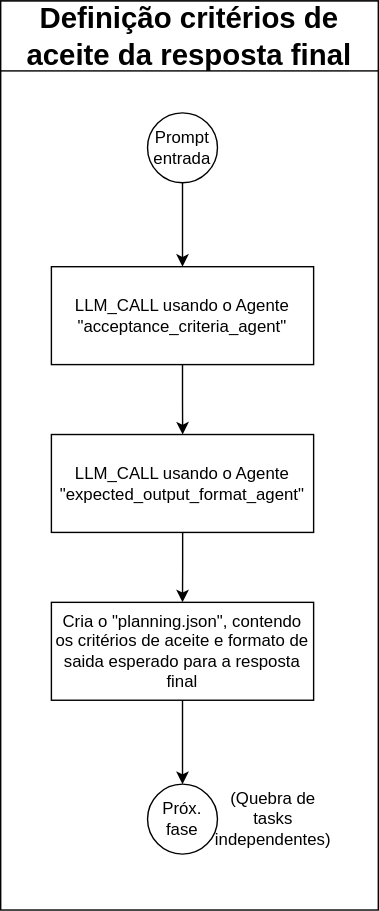
Above: docs/entregas/paper_v2/latex/diagrams/definicao_criterios_de_aceite_da_resposta_final.svg in TCC-FEI-Harness-IA/AI-Harness-Beyond-Software-Engineering (draw.io), before the change. Source tidied: cells renumbered, new cells last; positions are measured from the earlier drawing's top-left corner, leaving out a move shared by most shapes. The source it was exported from:
```xml
<mxGraphModel>
  <root>
    <mxCell id="0" />
    <mxCell id="1" parent="0" />
    <mxCell id="2" style="rounded=0;whiteSpace=wrap;html=1;fillColor=none;" parent="1" vertex="1">
      <mxGeometry width="270" height="650" as="geometry" />
    </mxCell>
    <mxCell id="3" value="&lt;b&gt;&lt;font style=&quot;font-size: 21px;&quot;&gt;Definição critérios de aceite da resposta final&lt;/font&gt;&lt;/b&gt;" style="rounded=0;whiteSpace=wrap;html=1;" parent="1" vertex="1">
      <mxGeometry width="270" height="50" as="geometry" />
    </mxCell>
    <mxCell id="4" style="edgeStyle=orthogonalEdgeStyle;rounded=0;jettySize=auto;html=1;" parent="1" edge="1" source="5">
      <mxGeometry relative="1" as="geometry">
        <mxPoint x="130" y="190" as="targetPoint" />
      </mxGeometry>
    </mxCell>
    <mxCell id="5" value="Prompt entrada" style="ellipse;whiteSpace=wrap;html=1;" parent="1" vertex="1">
      <mxGeometry x="105" y="80" width="50" height="50" as="geometry" />
    </mxCell>
    <mxCell id="6" style="edgeStyle=orthogonalEdgeStyle;rounded=0;jettySize=auto;html=1;" parent="1" edge="1" target="11">
      <mxGeometry relative="1" as="geometry">
        <mxPoint x="130" y="260" as="sourcePoint" />
      </mxGeometry>
    </mxCell>
    <mxCell id="7" style="edgeStyle=orthogonalEdgeStyle;rounded=0;jettySize=auto;html=1;" parent="1" edge="1" target="8">
      <mxGeometry relative="1" as="geometry">
        <mxPoint x="130" y="500" as="sourcePoint" />
      </mxGeometry>
    </mxCell>
    <mxCell id="8" value="Próx. fase" style="ellipse;whiteSpace=wrap;html=1;" parent="1" vertex="1">
      <mxGeometry x="105" y="560" width="50" height="50" as="geometry" />
    </mxCell>
    <mxCell id="9" value="(Quebra de tasks independentes)" style="text;html=1;whiteSpace=wrap;strokeColor=none;fillColor=none;align=center;verticalAlign=middle;rounded=0;" parent="1" vertex="1">
      <mxGeometry x="155" y="550" width="80" height="70" as="geometry" />
    </mxCell>
    <mxCell id="10" style="edgeStyle=orthogonalEdgeStyle;rounded=0;jettySize=auto;html=1;" parent="1" edge="1" source="11">
      <mxGeometry relative="1" as="geometry">
        <mxPoint x="130" y="430" as="targetPoint" />
      </mxGeometry>
    </mxCell>
    <mxCell id="11" value="LLM_CALL usando o Agente &quot;expected_output_format_agent&quot;" style="rounded=0;whiteSpace=wrap;html=1;" parent="1" vertex="1">
      <mxGeometry x="36.2" y="310" width="187.5" height="70" as="geometry" />
    </mxCell>
    <mxCell id="12" value="LLM_CALL usando o Agente &quot;acceptance_criteria_agent&quot;" style="rounded=0;whiteSpace=wrap;html=1;" parent="1" vertex="1">
      <mxGeometry x="36.2" y="190" width="187.5" height="70" as="geometry" />
    </mxCell>
    <mxCell id="13" value="Cria o &quot;&lt;span style=&quot;color: light-dark(rgb(0, 0, 0), rgb(255, 255, 255)); background-color: transparent; text-align: left;&quot;&gt;planning.json&lt;/span&gt;&lt;span style=&quot;color: light-dark(rgb(0, 0, 0), rgb(255, 255, 255)); background-color: transparent;&quot;&gt;&quot;, contendo os critérios de aceite e formato de saida esperado para a resposta final&lt;/span&gt;" style="rounded=0;whiteSpace=wrap;html=1;" parent="1" vertex="1">
      <mxGeometry x="36.2" y="430" width="187.5" height="70" as="geometry" />
    </mxCell>
  </root>
</mxGraphModel>
```
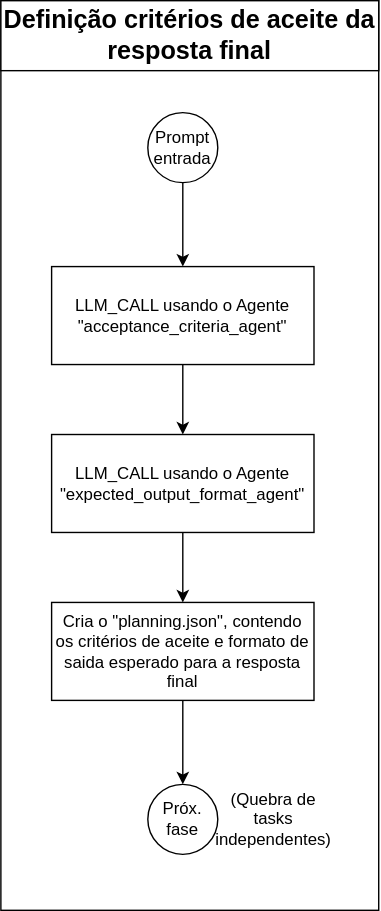
After the commit.

Diff of the diagram source:
```diff
@@ -2,41 +2,41 @@
   <root>
     <mxCell id="0" />
     <mxCell id="1" parent="0" />
-    <mxCell id="2" style="rounded=0;whiteSpace=wrap;html=1;fillColor=none;" parent="1" vertex="1">
-      <mxGeometry width="270" height="650" as="geometry" />
-    </mxCell>
+    <mxCell id="14" style="rounded=0;whiteSpace=wrap;html=1;fillColor=none;" parent="1" vertex="1">
+      <mxGeometry width="270" height="650" as="geometry" />
+    </mxCell>
-    <mxCell id="3" value="&lt;b&gt;&lt;font style=&quot;font-size: 21px;&quot;&gt;Definição critérios de aceite da resposta final&lt;/font&gt;&lt;/b&gt;" style="rounded=0;whiteSpace=wrap;html=1;" parent="1" vertex="1">
+    <mxCell id="3" value="&lt;b&gt;&lt;font style=&quot;font-size: 18px;&quot;&gt;Definição critérios de aceite da resposta final&lt;/font&gt;&lt;/b&gt;" style="rounded=0;whiteSpace=wrap;html=1;" parent="1" vertex="1">
       <mxGeometry width="270" height="50" as="geometry" />
     </mxCell>
-    <mxCell id="4" style="edgeStyle=orthogonalEdgeStyle;rounded=0;jettySize=auto;html=1;" parent="1" edge="1" source="5">
-      <mxGeometry relative="1" as="geometry">
-        <mxPoint x="130" y="190" as="targetPoint" />
-      </mxGeometry>
-    </mxCell>
+    <mxCell id="15" style="edgeStyle=orthogonalEdgeStyle;rounded=0;jettySize=auto;html=1;" parent="1" edge="1" source="5">
+      <mxGeometry relative="1" as="geometry">
+        <mxPoint x="130" y="190" as="targetPoint" />
+      </mxGeometry>
+    </mxCell>
     <mxCell id="5" value="Prompt entrada" style="ellipse;whiteSpace=wrap;html=1;" parent="1" vertex="1">
       <mxGeometry x="105" y="80" width="50" height="50" as="geometry" />
     </mxCell>
-    <mxCell id="6" style="edgeStyle=orthogonalEdgeStyle;rounded=0;jettySize=auto;html=1;" parent="1" edge="1" target="11">
-      <mxGeometry relative="1" as="geometry">
-        <mxPoint x="130" y="260" as="sourcePoint" />
-      </mxGeometry>
-    </mxCell>
-    <mxCell id="7" style="edgeStyle=orthogonalEdgeStyle;rounded=0;jettySize=auto;html=1;" parent="1" edge="1" target="8">
-      <mxGeometry relative="1" as="geometry">
-        <mxPoint x="130" y="500" as="sourcePoint" />
-      </mxGeometry>
-    </mxCell>
+    <mxCell id="16" style="edgeStyle=orthogonalEdgeStyle;rounded=0;jettySize=auto;html=1;" parent="1" edge="1" target="11">
+      <mxGeometry relative="1" as="geometry">
+        <mxPoint x="130" y="260" as="sourcePoint" />
+      </mxGeometry>
+    </mxCell>
+    <mxCell id="17" style="edgeStyle=orthogonalEdgeStyle;rounded=0;jettySize=auto;html=1;" parent="1" edge="1" target="8">
+      <mxGeometry relative="1" as="geometry">
+        <mxPoint x="130" y="500" as="sourcePoint" />
+      </mxGeometry>
+    </mxCell>
     <mxCell id="8" value="Próx. fase" style="ellipse;whiteSpace=wrap;html=1;" parent="1" vertex="1">
       <mxGeometry x="105" y="560" width="50" height="50" as="geometry" />
     </mxCell>
     <mxCell id="9" value="(Quebra de tasks independentes)" style="text;html=1;whiteSpace=wrap;strokeColor=none;fillColor=none;align=center;verticalAlign=middle;rounded=0;" parent="1" vertex="1">
       <mxGeometry x="155" y="550" width="80" height="70" as="geometry" />
     </mxCell>
-    <mxCell id="10" style="edgeStyle=orthogonalEdgeStyle;rounded=0;jettySize=auto;html=1;" parent="1" edge="1" source="11">
-      <mxGeometry relative="1" as="geometry">
-        <mxPoint x="130" y="430" as="targetPoint" />
-      </mxGeometry>
-    </mxCell>
+    <mxCell id="18" style="edgeStyle=orthogonalEdgeStyle;rounded=0;jettySize=auto;html=1;" parent="1" edge="1" source="11">
+      <mxGeometry relative="1" as="geometry">
+        <mxPoint x="130" y="430" as="targetPoint" />
+      </mxGeometry>
+    </mxCell>
     <mxCell id="11" value="LLM_CALL usando o Agente &quot;expected_output_format_agent&quot;" style="rounded=0;whiteSpace=wrap;html=1;" parent="1" vertex="1">
       <mxGeometry x="36.2" y="310" width="187.5" height="70" as="geometry" />
     </mxCell>
```
